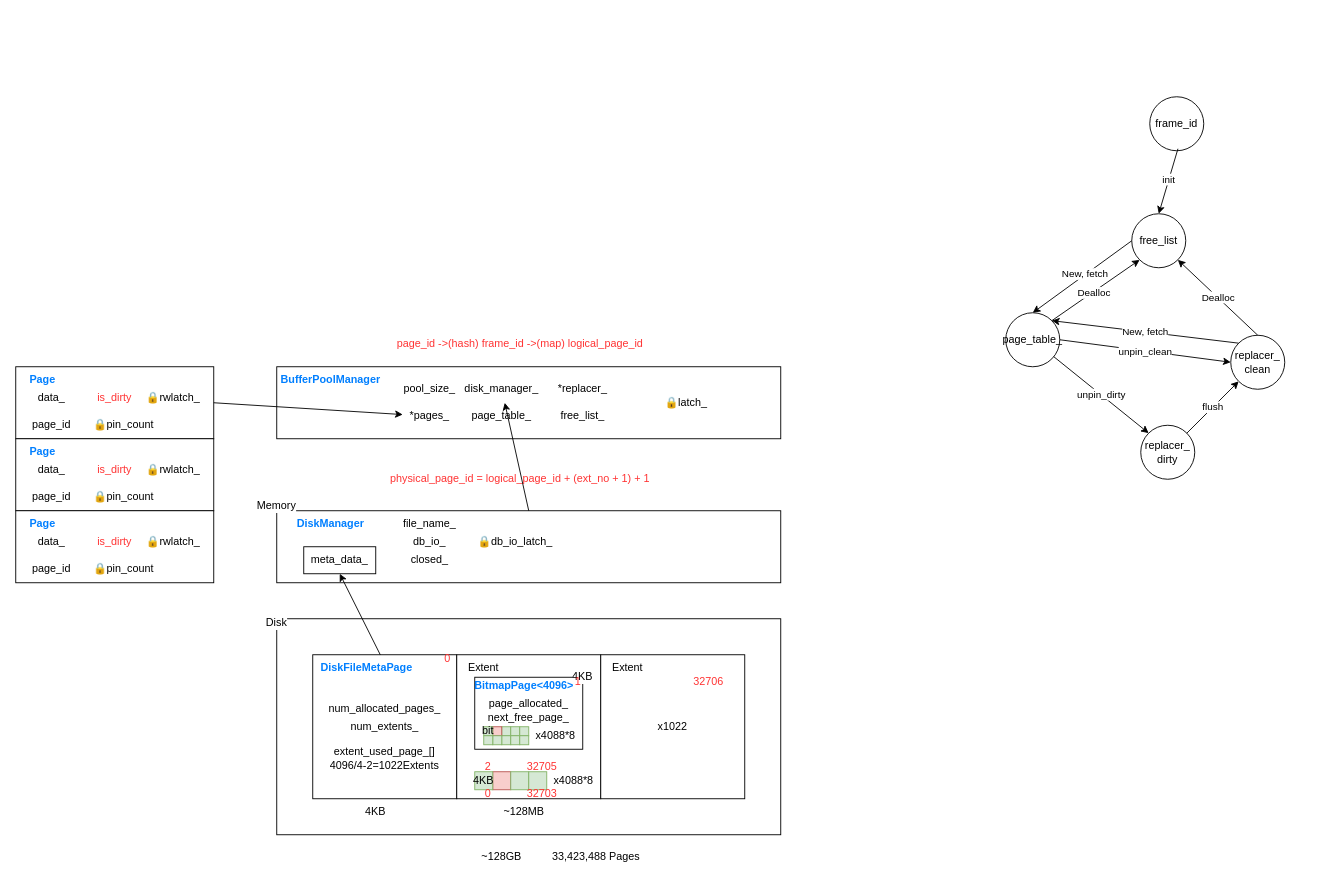
Before: docs/minisql.drawio in bowling233/ZJU-DB-2024-MiniSQL, a draw.io diagram. Source tidied: cells renumbered, new cells numbered last; positions are measured from the earlier drawing's top-left corner, leaving out a move shared by most shapes. Both pictures are drawn from the tidied source at 90%, with x=0, y=0 at pixel (15, 96).
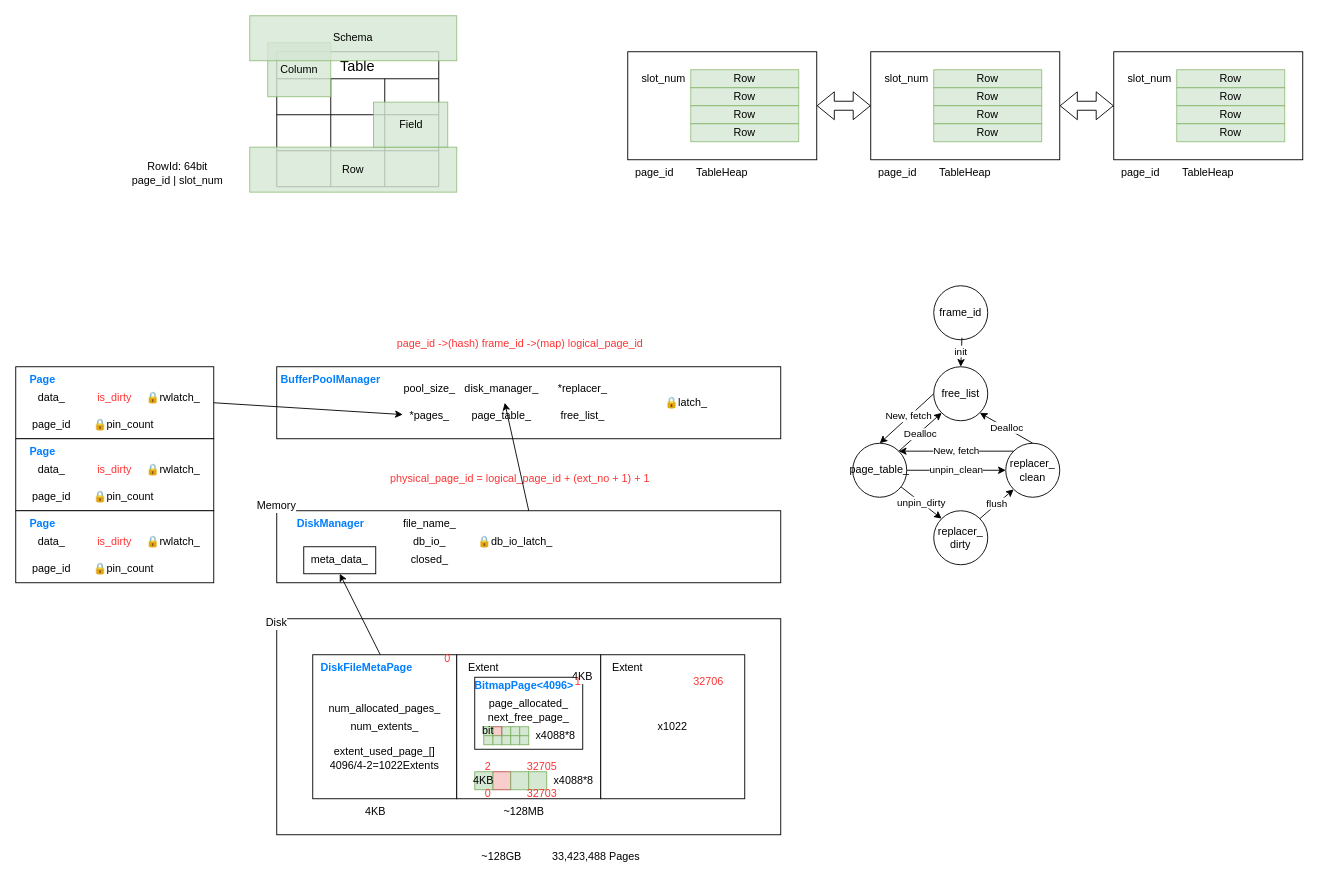
The same diagram, later.

Change to the diagram source:
```diff
@@
+    <mxCell id="105" style="rounded=0;whiteSpace=wrap;html=1;fontFamily=LXGW WenKai;" parent="1" vertex="1">
+      <mxGeometry x="680" y="-50" width="210" height="120" as="geometry" />
+    </mxCell>
@@
-    <mxCell id="89" value="&lt;div&gt;&lt;span style=&quot;background-color: initial;&quot;&gt;free_list&lt;/span&gt;&lt;br&gt;&lt;/div&gt;" style="ellipse;whiteSpace=wrap;html=1;" parent="1" vertex="1">
-      <mxGeometry x="1240" y="130" width="60" height="60" as="geometry" />
+    <mxCell id="89" value="&lt;div&gt;&lt;span style=&quot;background-color: initial;&quot;&gt;free_list&lt;/span&gt;&lt;br&gt;&lt;/div&gt;" style="ellipse;whiteSpace=wrap;html=1;fontFamily=LXGW WenKai;" parent="1" vertex="1">
+      <mxGeometry x="1020" y="300" width="60" height="60" as="geometry" />
     </mxCell>
-    <mxCell id="90" value="page_table_" style="ellipse;whiteSpace=wrap;html=1;" parent="1" vertex="1">
-      <mxGeometry x="1100" y="240" width="60" height="60" as="geometry" />
+    <mxCell id="90" value="page_table_" style="ellipse;whiteSpace=wrap;html=1;fontFamily=LXGW WenKai;" parent="1" vertex="1">
+      <mxGeometry x="930" y="385" width="60" height="60" as="geometry" />
     </mxCell>
-    <mxCell id="91" value="replacer_&lt;div&gt;dirty&lt;/div&gt;" style="ellipse;whiteSpace=wrap;html=1;" parent="1" vertex="1">
-      <mxGeometry x="1250" y="365" width="60" height="60" as="geometry" />
+    <mxCell id="91" value="replacer_&lt;div&gt;dirty&lt;/div&gt;" style="ellipse;whiteSpace=wrap;html=1;fontFamily=LXGW WenKai;" parent="1" vertex="1">
+      <mxGeometry x="1020" y="460" width="60" height="60" as="geometry" />
     </mxCell>
-    <mxCell id="92" value="replacer_&lt;div&gt;clean&lt;/div&gt;" style="ellipse;whiteSpace=wrap;html=1;" parent="1" vertex="1">
-      <mxGeometry x="1350" y="265" width="60" height="60" as="geometry" />
+    <mxCell id="92" value="replacer_&lt;div&gt;clean&lt;/div&gt;" style="ellipse;whiteSpace=wrap;html=1;fontFamily=LXGW WenKai;" parent="1" vertex="1">
+      <mxGeometry x="1100" y="385" width="60" height="60" as="geometry" />
     </mxCell>
-    <mxCell id="93" style="endArrow=classic;html=1;rounded=0;entryX=0.5;entryY=0;entryDx=0;entryDy=0;exitX=0;exitY=0.5;exitDx=0;exitDy=0;" parent="1" edge="1" source="89" target="90">
+    <mxCell id="93" style="endArrow=classic;html=1;rounded=0;entryX=0.5;entryY=0;entryDx=0;entryDy=0;exitX=0;exitY=0.5;exitDx=0;exitDy=0;fontFamily=LXGW WenKai;" parent="1" edge="1" source="89" target="90">
       <mxGeometry relative="1" as="geometry" />
     </mxCell>
-    <mxCell id="94" value="New, fetch" style="edgeLabel;html=1;align=center;verticalAlign=middle;" parent="93" vertex="1">
+    <mxCell id="94" value="New, fetch" style="edgeLabel;html=1;align=center;verticalAlign=middle;fontFamily=LXGW WenKai;" parent="93" vertex="1">
       <mxGeometry x="-0.06" y="-1" relative="1" as="geometry" />
     </mxCell>
-    <mxCell id="95" value="frame_id" style="ellipse;whiteSpace=wrap;html=1;" parent="1" vertex="1">
-      <mxGeometry x="1260" width="60" height="60" as="geometry" />
+    <mxCell id="95" value="frame_id" style="ellipse;whiteSpace=wrap;html=1;fontFamily=LXGW WenKai;" parent="1" vertex="1">
+      <mxGeometry x="1020" y="210" width="60" height="60" as="geometry" />
     </mxCell>
-    <mxCell id="96" style="endArrow=classic;html=1;rounded=0;entryX=0.5;entryY=0;entryDx=0;entryDy=0;exitX=0.522;exitY=0.963;exitDx=0;exitDy=0;exitPerimeter=0;" parent="1" edge="1" source="95" target="89">
+    <mxCell id="96" style="endArrow=classic;html=1;rounded=0;entryX=0.5;entryY=0;entryDx=0;entryDy=0;exitX=0.522;exitY=0.963;exitDx=0;exitDy=0;exitPerimeter=0;fontFamily=LXGW WenKai;" parent="1" edge="1" source="95" target="89">
       <mxGeometry relative="1" as="geometry" />
     </mxCell>
-    <mxCell id="97" value="init" style="edgeLabel;html=1;align=center;verticalAlign=middle;" parent="96" vertex="1">
+    <mxCell id="97" value="init" style="edgeLabel;html=1;align=center;verticalAlign=middle;fontFamily=LXGW WenKai;" parent="96" vertex="1">
       <mxGeometry x="-0.06" y="-1" relative="1" as="geometry" />
     </mxCell>
-    <mxCell id="98" value="unpin_dirty" style="endArrow=classic;html=1;rounded=0;entryX=0;entryY=0;entryDx=0;entryDy=0;" parent="1" edge="1" source="90" target="91">
+    <mxCell id="98" value="unpin_dirty" style="endArrow=classic;html=1;rounded=0;entryX=0;entryY=0;entryDx=0;entryDy=0;fontFamily=LXGW WenKai;" parent="1" edge="1" source="90" target="91">
       <mxGeometry relative="1" as="geometry" />
     </mxCell>
-    <mxCell id="99" value="unpin_clean" style="endArrow=classic;html=1;rounded=0;entryX=0;entryY=0.5;entryDx=0;entryDy=0;exitX=1;exitY=0.5;exitDx=0;exitDy=0;" parent="1" edge="1" source="90" target="92">
+    <mxCell id="99" value="unpin_clean" style="endArrow=classic;html=1;rounded=0;entryX=0;entryY=0.5;entryDx=0;entryDy=0;exitX=1;exitY=0.5;exitDx=0;exitDy=0;fontFamily=LXGW WenKai;" parent="1" edge="1" source="90" target="92">
       <mxGeometry relative="1" as="geometry" />
     </mxCell>
-    <mxCell id="100" value="flush" style="endArrow=classic;html=1;rounded=0;entryX=0;entryY=1;entryDx=0;entryDy=0;exitX=1;exitY=0;exitDx=0;exitDy=0;" parent="1" edge="1" source="91" target="92">
+    <mxCell id="100" value="flush" style="endArrow=classic;html=1;rounded=0;entryX=0;entryY=1;entryDx=0;entryDy=0;exitX=1;exitY=0;exitDx=0;exitDy=0;fontFamily=LXGW WenKai;" parent="1" edge="1" source="91" target="92">
       <mxGeometry relative="1" as="geometry" />
     </mxCell>
-    <mxCell id="101" value="Dealloc" style="endArrow=classic;html=1;rounded=0;entryX=1;entryY=1;entryDx=0;entryDy=0;exitX=0.5;exitY=0;exitDx=0;exitDy=0;" parent="1" edge="1" source="92" target="89">
+    <mxCell id="101" value="Dealloc" style="endArrow=classic;html=1;rounded=0;entryX=1;entryY=1;entryDx=0;entryDy=0;exitX=0.5;exitY=0;exitDx=0;exitDy=0;fontFamily=LXGW WenKai;" parent="1" edge="1" source="92" target="89">
       <mxGeometry relative="1" as="geometry" />
     </mxCell>
-    <mxCell id="102" style="endArrow=classic;html=1;rounded=0;entryX=0;entryY=1;entryDx=0;entryDy=0;exitX=1;exitY=0;exitDx=0;exitDy=0;" parent="1" edge="1" source="90" target="89">
+    <mxCell id="102" style="endArrow=classic;html=1;rounded=0;entryX=0;entryY=1;entryDx=0;entryDy=0;exitX=1;exitY=0;exitDx=0;exitDy=0;fontFamily=LXGW WenKai;" parent="1" edge="1" source="90" target="89">
       <mxGeometry relative="1" as="geometry" />
     </mxCell>
-    <mxCell id="103" value="Dealloc" style="edgeLabel;html=1;align=center;verticalAlign=middle;" parent="102" vertex="1">
+    <mxCell id="103" value="Dealloc" style="edgeLabel;html=1;align=center;verticalAlign=middle;fontFamily=LXGW WenKai;" parent="102" vertex="1">
       <mxGeometry x="-0.06" y="-1" relative="1" as="geometry" />
     </mxCell>
-    <mxCell id="104" value="New, fetch" style="endArrow=classic;html=1;rounded=0;entryX=1;entryY=0;entryDx=0;entryDy=0;exitX=0;exitY=0;exitDx=0;exitDy=0;" parent="1" edge="1" source="92" target="90">
+    <mxCell id="104" value="New, fetch" style="endArrow=classic;html=1;rounded=0;entryX=1;entryY=0;entryDx=0;entryDy=0;exitX=0;exitY=0;exitDx=0;exitDy=0;fontFamily=LXGW WenKai;" parent="1" edge="1" source="92" target="90">
       <mxGeometry relative="1" as="geometry" />
     </mxCell>
+    <mxCell id="106" value="Table" style="shape=table;startSize=30;childLayout=tableLayout;strokeColor=default;fontSize=16;fontFamily=LXGW WenKai;" parent="1" vertex="1">
+      <mxGeometry x="290" y="-50" width="180" height="150" as="geometry" />
+    </mxCell>
+    <mxCell id="107" style="shape=tableRow;horizontal=0;startSize=0;swimlaneHead=0;swimlaneBody=0;strokeColor=inherit;top=0;left=0;bottom=0;right=0;fillColor=none;fontSize=16;fontFamily=LXGW WenKai;" parent="106" vertex="1">
+      <mxGeometry y="30" width="180" height="40" as="geometry" />
+    </mxCell>
+    <mxCell id="108" style="shape=partialRectangle;html=1;whiteSpace=wrap;strokeColor=inherit;overflow=hidden;fillColor=none;top=0;left=0;bottom=0;right=0;fontSize=16;fontFamily=LXGW WenKai;" parent="107" vertex="1">
+      <mxGeometry width="60" height="40" as="geometry" />
+    </mxCell>
+    <mxCell id="109" style="shape=partialRectangle;html=1;whiteSpace=wrap;strokeColor=inherit;overflow=hidden;fillColor=none;top=0;left=0;bottom=0;right=0;fontSize=16;fontFamily=LXGW WenKai;" parent="107" vertex="1">
+      <mxGeometry x="60" width="60" height="40" as="geometry" />
+    </mxCell>
+    <mxCell id="110" style="shape=partialRectangle;html=1;whiteSpace=wrap;strokeColor=inherit;overflow=hidden;fillColor=none;top=0;left=0;bottom=0;right=0;fontSize=16;fontFamily=LXGW WenKai;" parent="107" vertex="1">
+      <mxGeometry x="120" width="60" height="40" as="geometry" />
+    </mxCell>
+    <mxCell id="111" style="shape=tableRow;horizontal=0;startSize=0;swimlaneHead=0;swimlaneBody=0;strokeColor=inherit;top=0;left=0;bottom=0;right=0;fillColor=none;fontSize=16;fontFamily=LXGW WenKai;" parent="106" vertex="1">
+      <mxGeometry y="70" width="180" height="40" as="geometry" />
+    </mxCell>
+    <mxCell id="112" style="shape=partialRectangle;html=1;whiteSpace=wrap;strokeColor=inherit;overflow=hidden;fillColor=none;top=0;left=0;bottom=0;right=0;fontSize=16;fontFamily=LXGW WenKai;" parent="111" vertex="1">
+      <mxGeometry width="60" height="40" as="geometry" />
+    </mxCell>
+    <mxCell id="113" style="shape=partialRectangle;html=1;whiteSpace=wrap;strokeColor=inherit;overflow=hidden;fillColor=none;top=0;left=0;bottom=0;right=0;fontSize=16;fontFamily=LXGW WenKai;" parent="111" vertex="1">
+      <mxGeometry x="60" width="60" height="40" as="geometry" />
+    </mxCell>
+    <mxCell id="114" style="shape=partialRectangle;html=1;whiteSpace=wrap;strokeColor=inherit;overflow=hidden;fillColor=none;top=0;left=0;bottom=0;right=0;fontSize=16;fontFamily=LXGW WenKai;" parent="111" vertex="1">
+      <mxGeometry x="120" width="60" height="40" as="geometry" />
+    </mxCell>
+    <mxCell id="115" style="shape=tableRow;horizontal=0;startSize=0;swimlaneHead=0;swimlaneBody=0;strokeColor=inherit;top=0;left=0;bottom=0;right=0;fillColor=none;fontSize=16;fontFamily=LXGW WenKai;" parent="106" vertex="1">
+      <mxGeometry y="110" width="180" height="40" as="geometry" />
+    </mxCell>
+    <mxCell id="116" style="shape=partialRectangle;html=1;whiteSpace=wrap;strokeColor=inherit;overflow=hidden;fillColor=none;top=0;left=0;bottom=0;right=0;fontSize=16;fontFamily=LXGW WenKai;" parent="115" vertex="1">
+      <mxGeometry width="60" height="40" as="geometry" />
+    </mxCell>
+    <mxCell id="117" style="shape=partialRectangle;html=1;whiteSpace=wrap;strokeColor=inherit;overflow=hidden;fillColor=none;top=0;left=0;bottom=0;right=0;fontSize=16;fontFamily=LXGW WenKai;" parent="115" vertex="1">
+      <mxGeometry x="60" width="60" height="40" as="geometry" />
+    </mxCell>
+    <mxCell id="118" style="shape=partialRectangle;html=1;whiteSpace=wrap;strokeColor=inherit;overflow=hidden;fillColor=none;top=0;left=0;bottom=0;right=0;fontSize=16;fontFamily=LXGW WenKai;" parent="115" vertex="1">
+      <mxGeometry x="120" width="60" height="40" as="geometry" />
+    </mxCell>
+    <mxCell id="119" value="Column" style="rounded=0;whiteSpace=wrap;html=1;fillColor=#d5e8d4;strokeColor=#82b366;opacity=80;fontFamily=LXGW WenKai;" parent="1" vertex="1">
+      <mxGeometry x="280" y="-60" width="70" height="60" as="geometry" />
+    </mxCell>
+    <mxCell id="120" value="Schema" style="rounded=0;whiteSpace=wrap;html=1;fillColor=#d5e8d4;strokeColor=#82b366;opacity=80;fontFamily=LXGW WenKai;" parent="1" vertex="1">
+      <mxGeometry x="260" y="-90" width="230" height="50" as="geometry" />
+    </mxCell>
+    <mxCell id="121" value="Row" style="rounded=0;whiteSpace=wrap;html=1;fillColor=#d5e8d4;strokeColor=#82b366;opacity=80;fontFamily=LXGW WenKai;" parent="1" vertex="1">
+      <mxGeometry x="260" y="56" width="230" height="50" as="geometry" />
+    </mxCell>
+    <mxCell id="122" value="Field" style="rounded=0;whiteSpace=wrap;html=1;fillColor=#d5e8d4;strokeColor=#82b366;opacity=80;fontFamily=LXGW WenKai;" parent="1" vertex="1">
+      <mxGeometry x="397.5" y="6" width="82.5" height="50" as="geometry" />
+    </mxCell>
+    <mxCell id="123" value="RowId: 64bit&lt;div&gt;page_id | slot_num&lt;/div&gt;" style="text;html=1;align=center;verticalAlign=middle;whiteSpace=wrap;rounded=0;fontFamily=LXGW WenKai;" parent="1" vertex="1">
+      <mxGeometry x="110" y="70" width="140" height="30" as="geometry" />
+    </mxCell>
+    <mxCell id="124" value="Row" style="rounded=0;whiteSpace=wrap;html=1;fillColor=#d5e8d4;strokeColor=#82b366;opacity=80;fontFamily=LXGW WenKai;" parent="1" vertex="1">
+      <mxGeometry x="750" y="-30" width="120" height="20" as="geometry" />
+    </mxCell>
+    <mxCell id="125" value="Row" style="rounded=0;whiteSpace=wrap;html=1;fillColor=#d5e8d4;strokeColor=#82b366;opacity=80;fontFamily=LXGW WenKai;" parent="1" vertex="1">
+      <mxGeometry x="750" y="-10" width="120" height="20" as="geometry" />
+    </mxCell>
+    <mxCell id="126" value="Row" style="rounded=0;whiteSpace=wrap;html=1;fillColor=#d5e8d4;strokeColor=#82b366;opacity=80;fontFamily=LXGW WenKai;" parent="1" vertex="1">
+      <mxGeometry x="750" y="10" width="120" height="20" as="geometry" />
+    </mxCell>
+    <mxCell id="127" value="Row" style="rounded=0;whiteSpace=wrap;html=1;fillColor=#d5e8d4;strokeColor=#82b366;opacity=80;fontFamily=LXGW WenKai;" parent="1" vertex="1">
+      <mxGeometry x="750" y="30" width="120" height="20" as="geometry" />
+    </mxCell>
+    <mxCell id="128" value="TableHeap" style="text;html=1;align=center;verticalAlign=middle;whiteSpace=wrap;rounded=0;fontFamily=LXGW WenKai;" parent="1" vertex="1">
+      <mxGeometry x="755" y="70" width="60" height="30" as="geometry" />
+    </mxCell>
+    <mxCell id="129" value="slot_num" style="text;html=1;align=center;verticalAlign=middle;whiteSpace=wrap;rounded=0;fontFamily=LXGW WenKai;" parent="1" vertex="1">
+      <mxGeometry x="690" y="-35" width="60" height="30" as="geometry" />
+    </mxCell>
+    <mxCell id="130" value="page_id" style="text;html=1;align=center;verticalAlign=middle;whiteSpace=wrap;rounded=0;fontFamily=LXGW WenKai;" parent="1" vertex="1">
+      <mxGeometry x="680" y="70" width="60" height="30" as="geometry" />
+    </mxCell>
+    <mxCell id="131" style="rounded=0;whiteSpace=wrap;html=1;fontFamily=LXGW WenKai;" parent="1" vertex="1">
+      <mxGeometry x="950" y="-50" width="210" height="120" as="geometry" />
+    </mxCell>
+    <mxCell id="132" value="Row" style="rounded=0;whiteSpace=wrap;html=1;fillColor=#d5e8d4;strokeColor=#82b366;opacity=80;fontFamily=LXGW WenKai;" parent="1" vertex="1">
+      <mxGeometry x="1020" y="-30" width="120" height="20" as="geometry" />
+    </mxCell>
+    <mxCell id="133" value="Row" style="rounded=0;whiteSpace=wrap;html=1;fillColor=#d5e8d4;strokeColor=#82b366;opacity=80;fontFamily=LXGW WenKai;" parent="1" vertex="1">
+      <mxGeometry x="1020" y="-10" width="120" height="20" as="geometry" />
+    </mxCell>
+    <mxCell id="134" value="Row" style="rounded=0;whiteSpace=wrap;html=1;fillColor=#d5e8d4;strokeColor=#82b366;opacity=80;fontFamily=LXGW WenKai;" parent="1" vertex="1">
+      <mxGeometry x="1020" y="10" width="120" height="20" as="geometry" />
+    </mxCell>
+    <mxCell id="135" value="Row" style="rounded=0;whiteSpace=wrap;html=1;fillColor=#d5e8d4;strokeColor=#82b366;opacity=80;fontFamily=LXGW WenKai;" parent="1" vertex="1">
+      <mxGeometry x="1020" y="30" width="120" height="20" as="geometry" />
+    </mxCell>
+    <mxCell id="136" value="TableHeap" style="text;html=1;align=center;verticalAlign=middle;whiteSpace=wrap;rounded=0;fontFamily=LXGW WenKai;" parent="1" vertex="1">
+      <mxGeometry x="1025" y="70" width="60" height="30" as="geometry" />
+    </mxCell>
+    <mxCell id="137" value="slot_num" style="text;html=1;align=center;verticalAlign=middle;whiteSpace=wrap;rounded=0;fontFamily=LXGW WenKai;" parent="1" vertex="1">
+      <mxGeometry x="960" y="-35" width="60" height="30" as="geometry" />
+    </mxCell>
+    <mxCell id="138" value="page_id" style="text;html=1;align=center;verticalAlign=middle;whiteSpace=wrap;rounded=0;fontFamily=LXGW WenKai;" parent="1" vertex="1">
+      <mxGeometry x="950" y="70" width="60" height="30" as="geometry" />
+    </mxCell>
+    <mxCell id="139" style="rounded=0;whiteSpace=wrap;html=1;fontFamily=LXGW WenKai;" parent="1" vertex="1">
+      <mxGeometry x="1220" y="-50" width="210" height="120" as="geometry" />
+    </mxCell>
+    <mxCell id="140" value="Row" style="rounded=0;whiteSpace=wrap;html=1;fillColor=#d5e8d4;strokeColor=#82b366;opacity=80;fontFamily=LXGW WenKai;" parent="1" vertex="1">
+      <mxGeometry x="1290" y="-30" width="120" height="20" as="geometry" />
+    </mxCell>
+    <mxCell id="141" value="Row" style="rounded=0;whiteSpace=wrap;html=1;fillColor=#d5e8d4;strokeColor=#82b366;opacity=80;fontFamily=LXGW WenKai;" parent="1" vertex="1">
+      <mxGeometry x="1290" y="-10" width="120" height="20" as="geometry" />
+    </mxCell>
+    <mxCell id="142" value="Row" style="rounded=0;whiteSpace=wrap;html=1;fillColor=#d5e8d4;strokeColor=#82b366;opacity=80;fontFamily=LXGW WenKai;" parent="1" vertex="1">
+      <mxGeometry x="1290" y="10" width="120" height="20" as="geometry" />
+    </mxCell>
+    <mxCell id="143" value="Row" style="rounded=0;whiteSpace=wrap;html=1;fillColor=#d5e8d4;strokeColor=#82b366;opacity=80;fontFamily=LXGW WenKai;" parent="1" vertex="1">
+      <mxGeometry x="1290" y="30" width="120" height="20" as="geometry" />
+    </mxCell>
+    <mxCell id="144" value="TableHeap" style="text;html=1;align=center;verticalAlign=middle;whiteSpace=wrap;rounded=0;fontFamily=LXGW WenKai;" parent="1" vertex="1">
+      <mxGeometry x="1295" y="70" width="60" height="30" as="geometry" />
+    </mxCell>
+    <mxCell id="145" value="slot_num" style="text;html=1;align=center;verticalAlign=middle;whiteSpace=wrap;rounded=0;fontFamily=LXGW WenKai;" parent="1" vertex="1">
+      <mxGeometry x="1230" y="-35" width="60" height="30" as="geometry" />
+    </mxCell>
+    <mxCell id="146" value="page_id" style="text;html=1;align=center;verticalAlign=middle;whiteSpace=wrap;rounded=0;fontFamily=LXGW WenKai;" parent="1" vertex="1">
+      <mxGeometry x="1220" y="70" width="60" height="30" as="geometry" />
+    </mxCell>
+    <mxCell id="147" style="shape=flexArrow;endArrow=classic;startArrow=classic;html=1;rounded=0;entryX=0;entryY=0.5;entryDx=0;entryDy=0;fontFamily=LXGW WenKai;" parent="1" edge="1" source="105" target="131">
+      <mxGeometry relative="1" as="geometry" />
+    </mxCell>
+    <mxCell id="148" style="shape=flexArrow;endArrow=classic;startArrow=classic;html=1;rounded=0;fontFamily=LXGW WenKai;" parent="1" edge="1" source="131" target="139">
+      <mxGeometry relative="1" as="geometry" />
+    </mxCell>
```
